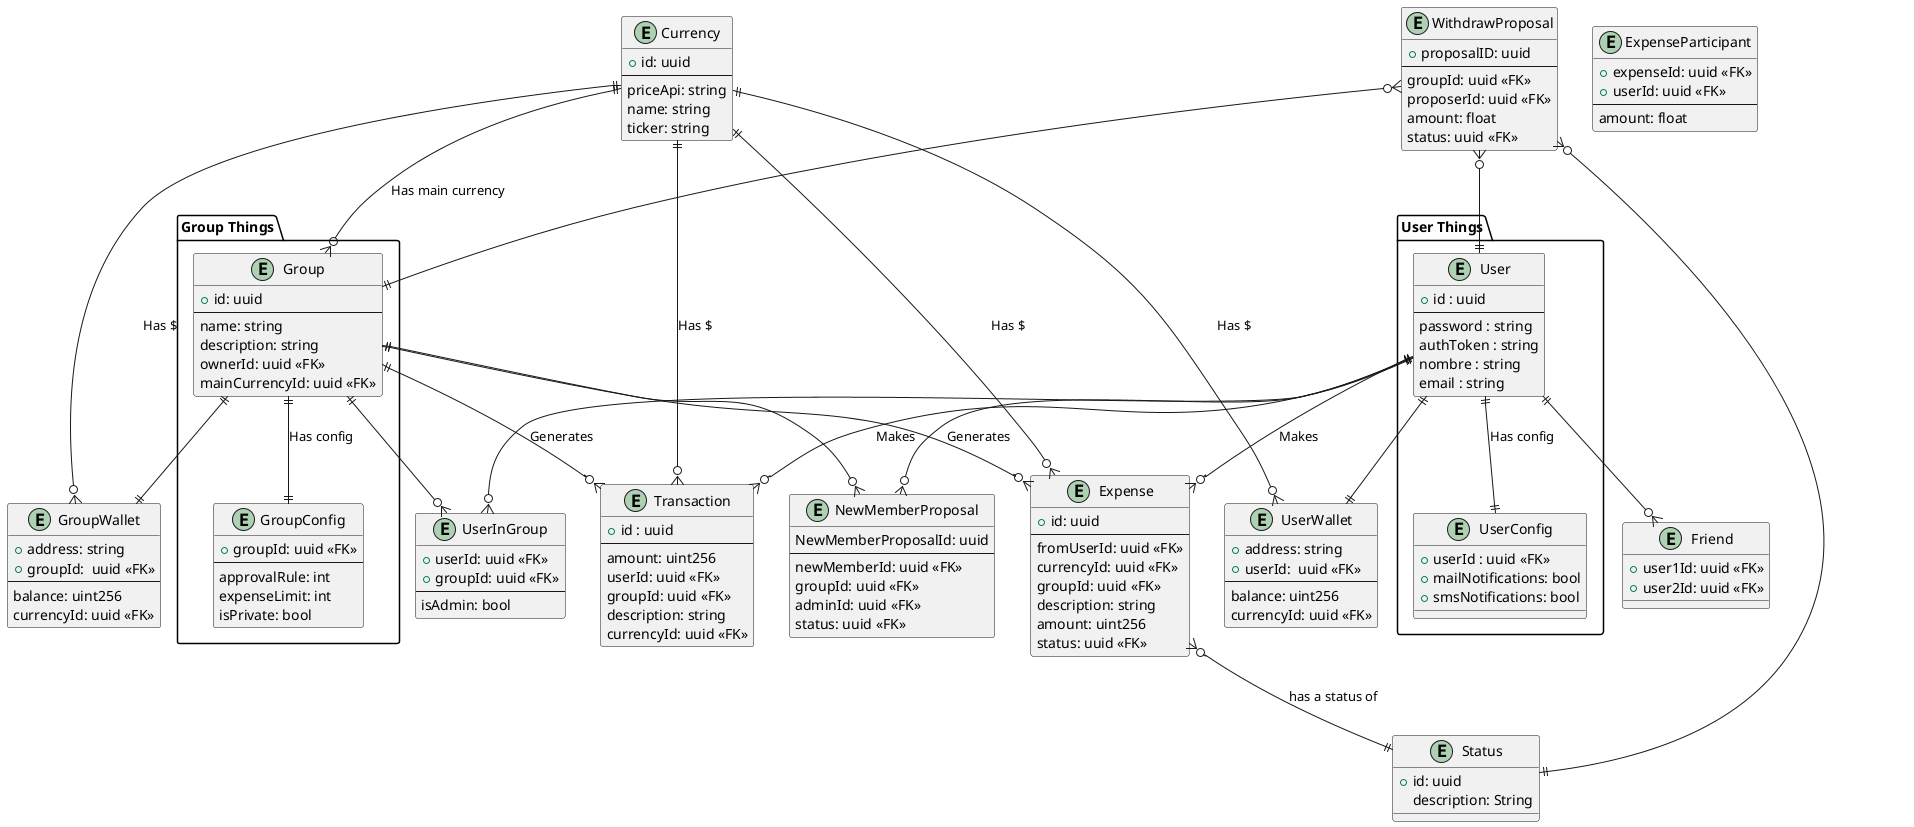
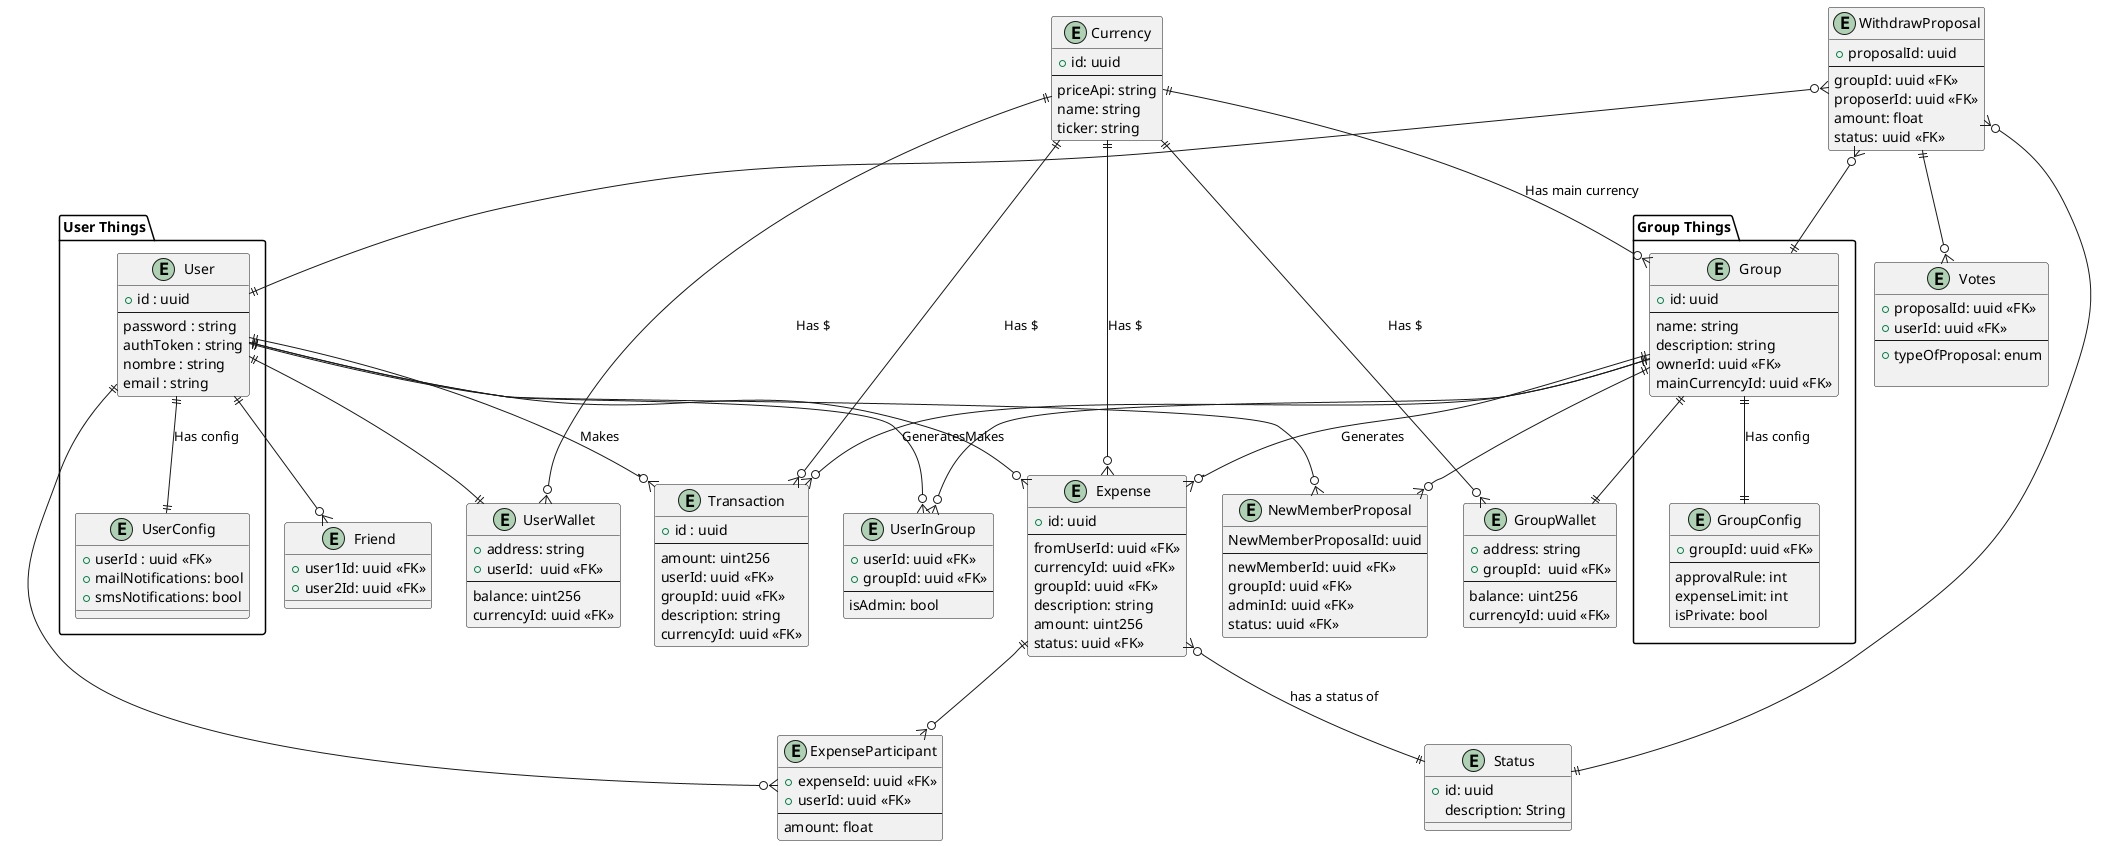
@startuml entity-relationship


package "User Things" {
    entity "User" {
      +id : uuid
      --
      password : string
      authToken : string
      nombre : string
      email : string
    }

    entity "UserConfig" {
        +userId : uuid <<FK>>
        +mailNotifications: bool
        +smsNotifications: bool
    }
}

package "Group Things"{
    entity "Group" {
    +id: uuid
    ---
    name: string
    description: string
    ownerId: uuid <<FK>>
    mainCurrencyId: uuid <<FK>>
    }
    entity "GroupConfig"{
        +groupId: uuid <<FK>>
        ---
        approvalRule: int
        expenseLimit: int
        isPrivate: bool
    }
}

entity "Friend"{
    +user1Id: uuid <<FK>>
    +user2Id: uuid <<FK>>
}
'chequeos de que el que invita sea admin del grupo'
'que el nuevo miembro no sea parte del grupo'
entity "NewMemberProposal"{
    NewMemberProposalId: uuid
    ---
    newMemberId: uuid <<FK>>
    groupId: uuid <<FK>>
    adminId: uuid <<FK>>
    status: uuid <<FK>>
}

entity "UserWallet"{
    +address: string
    +userId:  uuid <<FK>>
    ---
    balance: uint256
    currencyId: uuid <<FK>>
}
entity "GroupWallet"{
    +address: string
    +groupId:  uuid <<FK>>
    ---
    balance: uint256
    currencyId: uuid <<FK>>
}



entity "Transaction" {
    +id : uuid
    ---
    amount: uint256
' If negative -> withdraw, else -> deposit
    userId: uuid <<FK>>
    groupId: uuid <<FK>>
    description: string
    currencyId: uuid <<FK>>
}

entity "Currency" {
    +id: uuid
    ---
    priceApi: string
    name: string
    ticker: string
}
entity "UserInGroup"{
    +userId: uuid <<FK>>
    +groupId: uuid <<FK>>
    ---
    isAdmin: bool
}

entity "Expense" {
    +id: uuid
    ---
    fromUserId: uuid <<FK>>
    currencyId: uuid <<FK>>
    groupId: uuid <<FK>>
    description: string
    amount: uint256
    status: uuid <<FK>>
}
entity "ExpenseParticipant"{
    +expenseId: uuid <<FK>>
    +userId: uuid <<FK>>
    --
    amount: float
}
+ entity "Votes"{
+     +proposalId: uuid <<FK>>
+     +userId: uuid <<FK>>
+     ---
+     'Por ahi se puede reciclar esta clase para otras propuestas'
+     +typeOfProposal: enum
+ 
+ }

entity "WithdrawProposal"{
-     +proposalID: uuid
+     +proposalId: uuid
    ---
    groupId: uuid <<FK>>
    proposerId: uuid <<FK>>
    amount: float
    status: uuid <<FK>>
}

entity "Status"{
    'Podrían ser PENDING, APPROVED, REJECTED'
    +id: uuid
    description: String
}


User ||--|| UserConfig : Has config
User ||--o{ Expense : Makes

User ||--o{ UserInGroup
Group ||--o{ UserInGroup


Currency ||--o{ Expense: Has $
Group ||--o{ Expense : Generates
Currency ||--o{ Group : Has main currency

Currency ||--o{ UserWallet: Has $
Currency ||--o{ GroupWallet: Has $
User ||--|| UserWallet
Group ||--|| GroupWallet

Currency ||--o{ Transaction: Has $
Group ||--o{ Transaction : Generates
User ||--o{ Transaction : Makes

User ||--o{ Friend
Group ||--|| GroupConfig: Has config

Expense }o--|| Status: has a status of

User ||--o{ NewMemberProposal
Group ||--o{ NewMemberProposal

WithdrawProposal }o--|| User
WithdrawProposal }o--|| Group
WithdrawProposal }o--|| Status

+ Expense ||--o{ ExpenseParticipant
+ User ||--o{ ExpenseParticipant
+ 
+ WithdrawProposal ||--o{ Votes
+ 
@enduml